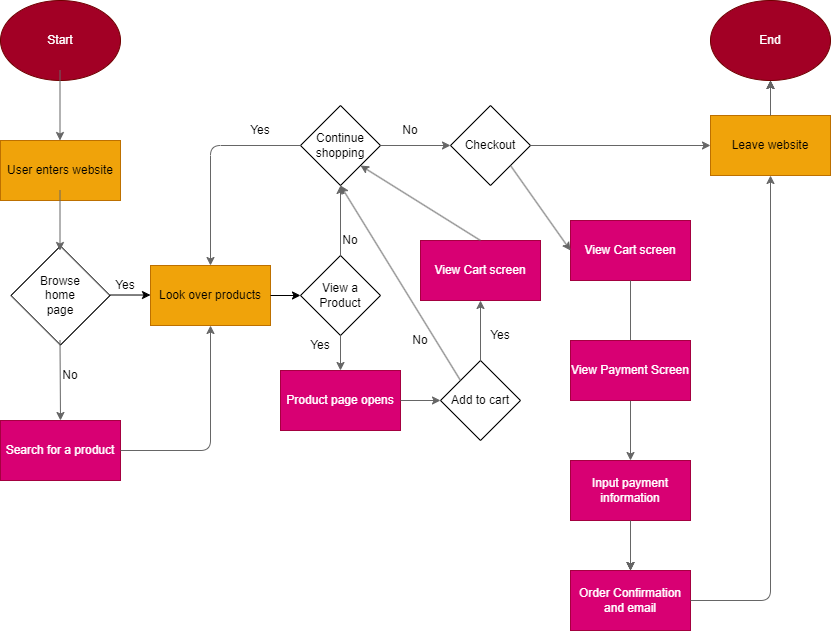
The draw.io diagram explore/diagramming/diagram.drawio.png in ptsanchez/sp24-cse110-lab4, before a commit. Source tidied: cells renumbered, new cells last; positions are measured from the earlier drawing's top-left corner, leaving out a move shared by most shapes.
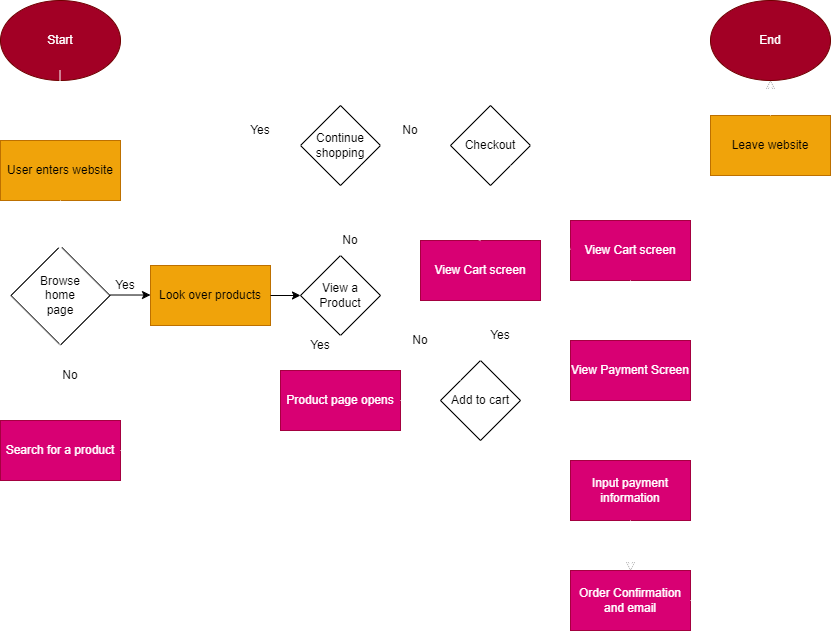
Above is the later version.

Commit message:
try to fix coloring for diagram

The edit, as a diff of the source:
```diff
@@ -8,7 +8,7 @@
     <mxCell id="3" value="User enters website" style="whiteSpace=wrap;html=1;fillColor=#f0a30a;fontColor=#000000;strokeColor=#BD7000;" parent="1" vertex="1">
       <mxGeometry y="140" width="120" height="60" as="geometry" />
     </mxCell>
-    <mxCell id="4" style="edgeStyle=none;orthogonalLoop=1;jettySize=auto;html=1;fillColor=#f5f5f5;strokeColor=#666666;" parent="1" edge="1">
+    <mxCell id="4" style="edgeStyle=none;orthogonalLoop=1;jettySize=auto;html=1;fillColor=#f5f5f5;strokeColor=#FFFFFF;" parent="1" edge="1">
       <mxGeometry relative="1" as="geometry">
         <mxPoint x="59.5" y="70" as="sourcePoint" />
         <mxPoint x="59.5" y="140" as="targetPoint" />
@@ -23,7 +23,7 @@
     <mxCell id="7" value="Search for a product" style="whiteSpace=wrap;html=1;fillColor=#d80073;fontColor=#ffffff;strokeColor=#A50040;rotation=0;" parent="1" vertex="1">
       <mxGeometry y="420" width="120" height="60" as="geometry" />
     </mxCell>
-    <mxCell id="8" style="edgeStyle=none;jettySize=auto;html=1;entryX=0.5;entryY=0;entryDx=0;entryDy=0;fillColor=#f5f5f5;strokeColor=#666666;" parent="1" edge="1" target="7">
+    <mxCell id="8" style="edgeStyle=none;jettySize=auto;html=1;entryX=0.5;entryY=0;entryDx=0;entryDy=0;fillColor=#f5f5f5;strokeColor=#FFFFFF;" parent="1" edge="1" target="7">
       <mxGeometry relative="1" as="geometry">
         <mxPoint x="59.5" y="340" as="sourcePoint" />
       </mxGeometry>
@@ -31,9 +31,8 @@
     <mxCell id="9" value="No" style="text;strokeColor=none;align=center;fillColor=none;html=1;verticalAlign=middle;whiteSpace=wrap;rounded=0;" parent="1" vertex="1">
       <mxGeometry x="40" y="360" width="60" height="30" as="geometry" />
     </mxCell>
-    <mxCell id="10" style="edgeStyle=none;orthogonalLoop=1;jettySize=auto;html=1;fillColor=#f5f5f5;strokeColor=#666666;" parent="1" edge="1">
+    <mxCell id="10" style="edgeStyle=none;jettySize=auto;html=1;fillColor=#f5f5f5;strokeColor=#FFFFFF;exitX=0.5;exitY=1;exitDx=0;exitDy=0;" parent="1" edge="1" source="3">
       <mxGeometry relative="1" as="geometry">
-        <mxPoint x="59.5" y="190" as="sourcePoint" />
         <mxPoint x="59.5" y="250" as="targetPoint" />
       </mxGeometry>
     </mxCell>
@@ -48,7 +47,7 @@
     <mxCell id="13" value="Yes" style="text;strokeColor=none;align=center;fillColor=none;html=1;verticalAlign=middle;whiteSpace=wrap;rounded=0;" parent="1" vertex="1">
       <mxGeometry x="95" y="270" width="60" height="30" as="geometry" />
     </mxCell>
-    <mxCell id="14" style="edgeStyle=none;jettySize=auto;html=1;exitX=1;exitY=0.5;exitDx=0;exitDy=0;entryX=0.5;entryY=1;entryDx=0;entryDy=0;fillColor=#f5f5f5;strokeColor=#666666;" parent="1" edge="1" source="7" target="11">
+    <mxCell id="14" style="edgeStyle=none;jettySize=auto;html=1;exitX=1;exitY=0.5;exitDx=0;exitDy=0;entryX=0.5;entryY=1;entryDx=0;entryDy=0;fillColor=#f5f5f5;strokeColor=#FFFFFF;" parent="1" edge="1" source="7" target="11">
       <mxGeometry relative="1" as="geometry">
         <Array as="points">
           <mxPoint x="210" y="450" />
@@ -64,7 +63,7 @@
     <mxCell id="17" value="Continue shopping" style="rhombus;whiteSpace=wrap;html=1;" parent="1" vertex="1">
       <mxGeometry x="300" y="105" width="80" height="80" as="geometry" />
     </mxCell>
-    <mxCell id="18" style="edgeStyle=none;jettySize=auto;html=1;exitX=0;exitY=0.5;exitDx=0;exitDy=0;entryX=0.5;entryY=0;entryDx=0;entryDy=0;fillColor=#f5f5f5;strokeColor=#666666;" parent="1" edge="1" source="17" target="11">
+    <mxCell id="18" style="edgeStyle=none;jettySize=auto;html=1;exitX=0;exitY=0.5;exitDx=0;exitDy=0;entryX=0.5;entryY=0;entryDx=0;entryDy=0;strokeColor=#FFFFFF;" parent="1" edge="1" source="17" target="11">
       <mxGeometry relative="1" as="geometry">
         <Array as="points">
           <mxPoint x="210" y="145" />
@@ -77,7 +76,7 @@
     <mxCell id="20" value="No" style="text;strokeColor=none;align=center;fillColor=none;html=1;verticalAlign=middle;whiteSpace=wrap;rounded=0;" parent="1" vertex="1">
       <mxGeometry x="320" y="225" width="60" height="30" as="geometry" />
     </mxCell>
-    <mxCell id="21" style="edgeStyle=none;jettySize=auto;html=1;exitX=0.5;exitY=0;exitDx=0;exitDy=0;entryX=0.5;entryY=1;entryDx=0;entryDy=0;fillColor=#f5f5f5;strokeColor=#666666;" parent="1" edge="1" source="16" target="17">
+    <mxCell id="21" style="edgeStyle=none;jettySize=auto;html=1;exitX=0.5;exitY=0;exitDx=0;exitDy=0;entryX=0.5;entryY=1;entryDx=0;entryDy=0;fillColor=#f5f5f5;strokeColor=#FFFFFF;" parent="1" edge="1" source="16" target="17">
       <mxGeometry relative="1" as="geometry" />
     </mxCell>
     <mxCell id="22" value="Checkout" style="rhombus;whiteSpace=wrap;html=1;" parent="1" vertex="1">
@@ -86,7 +85,7 @@
     <mxCell id="23" value="No" style="text;strokeColor=none;align=center;fillColor=none;html=1;verticalAlign=middle;whiteSpace=wrap;rounded=0;" parent="1" vertex="1">
       <mxGeometry x="380" y="115" width="60" height="30" as="geometry" />
     </mxCell>
-    <mxCell id="24" style="edgeStyle=none;jettySize=auto;html=1;exitX=1;exitY=0.5;exitDx=0;exitDy=0;entryX=0;entryY=0.5;entryDx=0;entryDy=0;fillColor=#f5f5f5;strokeColor=#666666;" parent="1" edge="1" source="17" target="22">
+    <mxCell id="24" style="edgeStyle=none;jettySize=auto;html=1;exitX=1;exitY=0.5;exitDx=0;exitDy=0;entryX=0;entryY=0.5;entryDx=0;entryDy=0;fillColor=#f5f5f5;strokeColor=#FFFFFF;" parent="1" edge="1" source="17" target="22">
       <mxGeometry relative="1" as="geometry" />
     </mxCell>
     <mxCell id="25" value="View Cart screen" style="whiteSpace=wrap;html=1;fillColor=#d80073;fontColor=#ffffff;strokeColor=#A50040;" parent="1" vertex="1">
@@ -103,16 +102,16 @@
     <mxCell id="28" value="Input payment information" style="whiteSpace=wrap;html=1;fillColor=#d80073;fontColor=#ffffff;strokeColor=#A50040;" parent="1" vertex="1">
       <mxGeometry x="570" y="460" width="120" height="60" as="geometry" />
     </mxCell>
-    <mxCell id="29" style="edgeStyle=none;jettySize=auto;html=1;exitX=0.5;exitY=1;exitDx=0;exitDy=0;entryX=0.5;entryY=0;entryDx=0;entryDy=0;fillColor=#f5f5f5;strokeColor=#666666;" parent="1" edge="1" source="45" target="28">
+    <mxCell id="29" style="edgeStyle=none;jettySize=auto;html=1;exitX=0.5;exitY=1;exitDx=0;exitDy=0;entryX=0.5;entryY=0;entryDx=0;entryDy=0;fillColor=#f5f5f5;strokeColor=#FFFFFF;" parent="1" edge="1" source="45" target="28">
       <mxGeometry relative="1" as="geometry" />
     </mxCell>
-    <mxCell id="30" style="edgeStyle=none;jettySize=auto;html=1;exitX=0.5;exitY=1;exitDx=0;exitDy=0;entryX=0.5;entryY=0;entryDx=0;entryDy=0;fillColor=#f5f5f5;strokeColor=#666666;" parent="1" edge="1" source="28" target="31">
+    <mxCell id="30" style="edgeStyle=none;jettySize=auto;html=1;exitX=0.5;exitY=1;exitDx=0;exitDy=0;entryX=0.5;entryY=0;entryDx=0;entryDy=0;fillColor=#f5f5f5;strokeColor=#FFFFFF;" parent="1" edge="1" source="28" target="31">
       <mxGeometry relative="1" as="geometry" />
     </mxCell>
     <mxCell id="31" value="Order Confirmation and email" style="whiteSpace=wrap;html=1;fillColor=#d80073;fontColor=#ffffff;strokeColor=#A50040;" parent="1" vertex="1">
       <mxGeometry x="570" y="570" width="120" height="60" as="geometry" />
     </mxCell>
-    <mxCell id="32" style="edgeStyle=none;jettySize=auto;html=1;exitX=1;exitY=1;exitDx=0;exitDy=0;entryX=0;entryY=0.5;entryDx=0;entryDy=0;fillColor=#f5f5f5;strokeColor=#666666;" parent="1" edge="1" source="22" target="25">
+    <mxCell id="32" style="edgeStyle=none;jettySize=auto;html=1;exitX=1;exitY=1;exitDx=0;exitDy=0;entryX=0;entryY=0.5;entryDx=0;entryDy=0;fillColor=#f5f5f5;strokeColor=#FFFFFF;" parent="1" edge="1" source="22" target="25">
       <mxGeometry relative="1" as="geometry" />
     </mxCell>
     <mxCell id="33" style="edgeStyle=none;html=1;" parent="1" edge="1" source="34" target="36">
@@ -121,19 +120,19 @@
     <mxCell id="34" value="Leave website" style="whiteSpace=wrap;html=1;fillColor=#f0a30a;fontColor=#000000;strokeColor=#BD7000;" parent="1" vertex="1">
       <mxGeometry x="710" y="115" width="120" height="60" as="geometry" />
     </mxCell>
-    <mxCell id="35" style="edgeStyle=none;jettySize=auto;html=1;exitX=1;exitY=0.5;exitDx=0;exitDy=0;entryX=0;entryY=0.5;entryDx=0;entryDy=0;fillColor=#f5f5f5;strokeColor=#666666;" parent="1" edge="1" source="22" target="34">
+    <mxCell id="35" style="edgeStyle=none;jettySize=auto;html=1;exitX=1;exitY=0.5;exitDx=0;exitDy=0;entryX=0;entryY=0.5;entryDx=0;entryDy=0;fillColor=#f5f5f5;strokeColor=#FFFFFF;" parent="1" edge="1" source="22" target="34">
       <mxGeometry relative="1" as="geometry" />
     </mxCell>
     <mxCell id="36" value="End" style="ellipse;whiteSpace=wrap;html=1;fillColor=#a20025;fontColor=#ffffff;strokeColor=#6F0000;" parent="1" vertex="1">
       <mxGeometry x="710" width="120" height="80" as="geometry" />
     </mxCell>
-    <mxCell id="37" style="edgeStyle=none;jettySize=auto;html=1;entryX=0.5;entryY=1;entryDx=0;entryDy=0;exitX=0.5;exitY=0;exitDx=0;exitDy=0;fillColor=#f5f5f5;strokeColor=#666666;" parent="1" edge="1" source="34" target="36">
+    <mxCell id="37" style="edgeStyle=none;jettySize=auto;html=1;entryX=0.5;entryY=1;entryDx=0;entryDy=0;exitX=0.5;exitY=0;exitDx=0;exitDy=0;fillColor=#f5f5f5;strokeColor=#FFFFFF;" parent="1" edge="1" source="34" target="36">
       <mxGeometry relative="1" as="geometry" />
     </mxCell>
     <mxCell id="38" value="Product page opens" style="whiteSpace=wrap;html=1;fillColor=#d80073;fontColor=#ffffff;strokeColor=#A50040;" parent="1" vertex="1">
       <mxGeometry x="280" y="370" width="120" height="60" as="geometry" />
     </mxCell>
-    <mxCell id="39" style="edgeStyle=none;jettySize=auto;html=1;exitX=0.5;exitY=1;exitDx=0;exitDy=0;entryX=0.5;entryY=0;entryDx=0;entryDy=0;fillColor=#f5f5f5;strokeColor=#666666;" parent="1" edge="1" source="16" target="38">
+    <mxCell id="39" style="edgeStyle=none;jettySize=auto;html=1;exitX=0.5;exitY=1;exitDx=0;exitDy=0;entryX=0.5;entryY=0;entryDx=0;entryDy=0;fillColor=#f5f5f5;strokeColor=#FFFFFF;" parent="1" edge="1" source="16" target="38">
       <mxGeometry relative="1" as="geometry" />
     </mxCell>
     <mxCell id="40" value="Add to cart" style="rhombus;whiteSpace=wrap;html=1;" parent="1" vertex="1">
@@ -142,34 +141,34 @@
     <mxCell id="41" value="Yes" style="text;strokeColor=none;align=center;fillColor=none;html=1;verticalAlign=middle;whiteSpace=wrap;rounded=0;" parent="1" vertex="1">
       <mxGeometry x="290" y="330" width="60" height="30" as="geometry" />
     </mxCell>
-    <mxCell id="42" style="edgeStyle=none;jettySize=auto;html=1;exitX=1;exitY=0.5;exitDx=0;exitDy=0;entryX=0;entryY=0.5;entryDx=0;entryDy=0;fillColor=#f5f5f5;strokeColor=#666666;" parent="1" edge="1" source="38" target="40">
+    <mxCell id="42" style="edgeStyle=none;jettySize=auto;html=1;exitX=1;exitY=0.5;exitDx=0;exitDy=0;entryX=0;entryY=0.5;entryDx=0;entryDy=0;fillColor=#f5f5f5;strokeColor=#FFFFFF;" parent="1" edge="1" source="38" target="40">
       <mxGeometry relative="1" as="geometry" />
     </mxCell>
     <mxCell id="43" value="View Cart screen" style="whiteSpace=wrap;html=1;fillColor=#d80073;fontColor=#ffffff;strokeColor=#A50040;" parent="1" vertex="1">
       <mxGeometry x="420" y="240" width="120" height="60" as="geometry" />
     </mxCell>
-    <mxCell id="44" style="edgeStyle=none;jettySize=auto;html=1;exitX=0.5;exitY=1;exitDx=0;exitDy=0;endArrow=none;fillColor=#f5f5f5;strokeColor=#666666;" parent="1" edge="1" source="25" target="45">
+    <mxCell id="44" style="edgeStyle=none;jettySize=auto;html=1;exitX=0.5;exitY=1;exitDx=0;exitDy=0;endArrow=none;fillColor=#f5f5f5;strokeColor=#FFFFFF;" parent="1" edge="1" source="25" target="45">
       <mxGeometry relative="1" as="geometry" />
     </mxCell>
     <mxCell id="45" value="View Payment Screen&lt;span style=&quot;color: rgba(0, 0, 0, 0); font-family: monospace; font-size: 0px; text-align: start;&quot;&gt;%3CmxGraphModel%3E%3Croot%3E%3CmxCell%20id%3D%220%22%2F%3E%3CmxCell%20id%3D%221%22%20parent%3D%220%22%2F%3E%3CmxCell%20id%3D%222%22%20value%3D%22View%20Cart%20screen%22%20style%3D%22whiteSpace%3Dwrap%3Bhtml%3D1%3BfillColor%3D%23f0a30a%3BfontColor%3D%23000000%3BstrokeColor%3D%23BD7000%3B%22%20vertex%3D%221%22%20parent%3D%221%22%3E%3CmxGeometry%20x%3D%22580%22%20y%3D%22260%22%20width%3D%22120%22%20height%3D%2260%22%20as%3D%22geometry%22%2F%3E%3C%2FmxCell%3E%3C%2Froot%3E%3C%2FmxGraphModel%3E&lt;/span&gt;" style="whiteSpace=wrap;html=1;fillColor=#d80073;fontColor=#ffffff;strokeColor=#A50040;" parent="1" vertex="1">
       <mxGeometry x="570" y="340" width="120" height="60" as="geometry" />
     </mxCell>
-    <mxCell id="46" style="edgeStyle=none;jettySize=auto;html=1;exitX=0.5;exitY=0;exitDx=0;exitDy=0;entryX=0.5;entryY=1;entryDx=0;entryDy=0;fillColor=#f5f5f5;strokeColor=#666666;" parent="1" edge="1" source="40" target="43">
+    <mxCell id="46" style="edgeStyle=none;jettySize=auto;html=1;exitX=0.5;exitY=0;exitDx=0;exitDy=0;entryX=0.5;entryY=1;entryDx=0;entryDy=0;fillColor=#f5f5f5;strokeColor=#FFFFFF;" parent="1" edge="1" source="40" target="43">
       <mxGeometry relative="1" as="geometry" />
     </mxCell>
-    <mxCell id="47" style="edgeStyle=none;jettySize=auto;html=1;exitX=0;exitY=0;exitDx=0;exitDy=0;entryX=0.5;entryY=1;entryDx=0;entryDy=0;fillColor=#f5f5f5;strokeColor=#666666;" parent="1" edge="1" source="40" target="17">
+    <mxCell id="47" style="edgeStyle=none;jettySize=auto;html=1;exitX=0;exitY=0;exitDx=0;exitDy=0;entryX=0.5;entryY=1;entryDx=0;entryDy=0;fillColor=#f5f5f5;strokeColor=#FFFFFF;" parent="1" edge="1" source="40" target="17">
       <mxGeometry relative="1" as="geometry" />
     </mxCell>
     <mxCell id="48" value="No" style="text;strokeColor=none;align=center;fillColor=none;html=1;verticalAlign=middle;whiteSpace=wrap;rounded=0;" parent="1" vertex="1">
       <mxGeometry x="390" y="325" width="60" height="30" as="geometry" />
     </mxCell>
-    <mxCell id="49" style="edgeStyle=none;jettySize=auto;html=1;exitX=0.5;exitY=0;exitDx=0;exitDy=0;entryX=1;entryY=1;entryDx=0;entryDy=0;fillColor=#f5f5f5;strokeColor=#666666;" parent="1" edge="1" source="43" target="17">
+    <mxCell id="49" style="edgeStyle=none;jettySize=auto;html=1;exitX=0.5;exitY=0;exitDx=0;exitDy=0;entryX=1;entryY=1;entryDx=0;entryDy=0;fillColor=#f5f5f5;strokeColor=#FFFFFF;" parent="1" edge="1" source="43" target="17">
       <mxGeometry relative="1" as="geometry" />
     </mxCell>
     <mxCell id="50" value="Yes" style="text;strokeColor=none;align=center;fillColor=none;html=1;verticalAlign=middle;whiteSpace=wrap;rounded=0;" parent="1" vertex="1">
       <mxGeometry x="470" y="320" width="60" height="30" as="geometry" />
     </mxCell>
-    <mxCell id="51" style="edgeStyle=none;jettySize=auto;html=1;exitX=1;exitY=0.5;exitDx=0;exitDy=0;entryX=0.5;entryY=1;entryDx=0;entryDy=0;fillColor=#f5f5f5;strokeColor=#666666;" parent="1" edge="1" source="31" target="34">
+    <mxCell id="51" style="edgeStyle=none;jettySize=auto;html=1;exitX=1;exitY=0.5;exitDx=0;exitDy=0;entryX=0.5;entryY=1;entryDx=0;entryDy=0;fillColor=#f5f5f5;strokeColor=#FFFFFF;" parent="1" edge="1" source="31" target="34">
       <mxGeometry relative="1" as="geometry">
         <Array as="points">
           <mxPoint x="770" y="600" />
```
